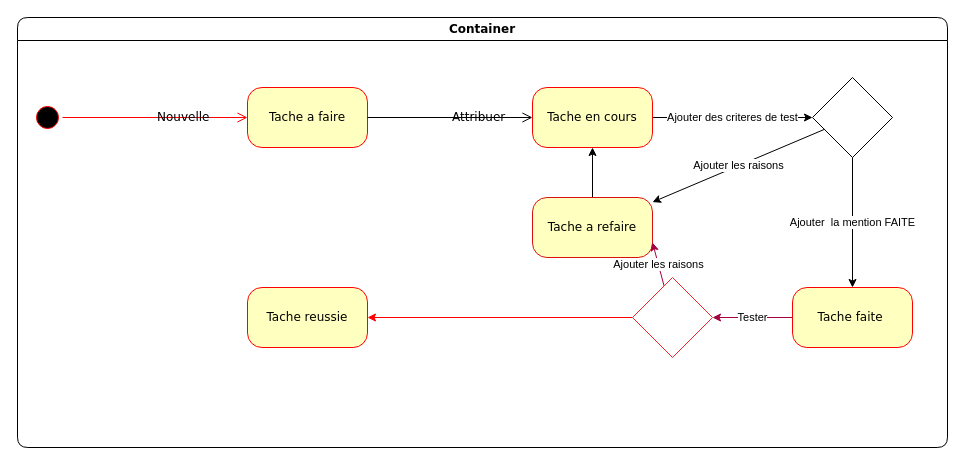
Above: Diagramme sans nom.drawio in arseneRuben/C_Sharp (draw.io), before the change. Source tidied: cells renumbered, new cells numbered last; positions are measured from the earlier drawing's top-left corner, leaving out a move shared by most shapes. Both pictures are drawn from the tidied source at 100%, with x=0, y=0 at pixel (17, 17).
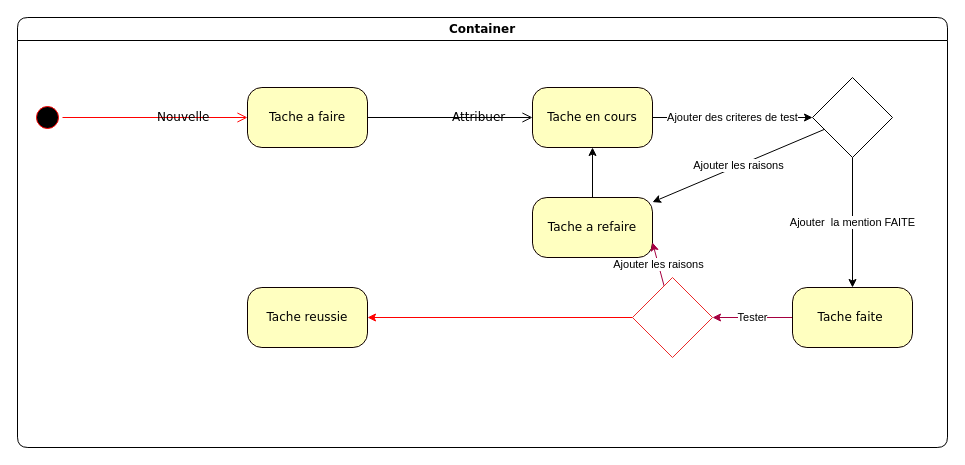
The same diagram, later.

Commit message (it also covers changes not shown here):
Mettre à jour Diagramme sans nom.drawio

Diff of the diagram source:
```diff
@@
 <mxGraphModel>
   <root>
     <mxCell id="0" />
     <mxCell id="1" parent="0" />
-    <mxCell id="2" value="Tache a faire" style="rounded=1;whiteSpace=wrap;html=1;arcSize=24;fillColor=#ffffc0;strokeColor=#ff0000;shadow=0;comic=0;labelBackgroundColor=none;fontFamily=Verdana;fontSize=12;fontColor=#000000;align=center;" parent="1" vertex="1">
+    <mxCell id="2" value="Tache a faire" style="rounded=1;whiteSpace=wrap;html=1;arcSize=24;fillColor=#ffffc0;strokeColor=#0f0000;shadow=0;comic=0;labelBackgroundColor=none;fontFamily=Verdana;fontSize=12;fontColor=#000000;align=center;" parent="1" vertex="1">
       <mxGeometry x="230" y="70" width="120" height="60" as="geometry" />
     </mxCell>
     <mxCell id="3" value="Container" style="swimlane;whiteSpace=wrap;html=1;rounded=1;shadow=0;comic=0;labelBackgroundColor=none;strokeWidth=1;fontFamily=Verdana;fontSize=12;align=center;" parent="1" vertex="1">
       <mxGeometry width="930" height="430" as="geometry" />
     </mxCell>
     <mxCell id="4" style="ellipse;html=1;shape=startState;fillColor=#000000;strokeColor=#ff0000;rounded=1;shadow=0;comic=0;labelBackgroundColor=none;fontFamily=Verdana;fontSize=12;fontColor=#000000;align=center;direction=south;" parent="3" vertex="1">
       <mxGeometry x="15" y="85" width="30" height="30" as="geometry" />
     </mxCell>
     <mxCell id="5" value="Ajouter des criteres de test" style="rounded=0;jettySize=auto;html=1;" parent="3" edge="1" source="6" target="7">
       <mxGeometry relative="1" as="geometry" />
     </mxCell>
-    <mxCell id="6" value="Tache en cours" style="rounded=1;whiteSpace=wrap;html=1;arcSize=24;fillColor=#ffffc0;strokeColor=#ff0000;shadow=0;comic=0;labelBackgroundColor=none;fontFamily=Verdana;fontSize=12;fontColor=#000000;align=center;" parent="3" vertex="1">
+    <mxCell id="6" value="Tache en cours" style="rounded=1;whiteSpace=wrap;html=1;arcSize=24;fillColor=#ffffc0;strokeColor=#0f0000;shadow=0;comic=0;labelBackgroundColor=none;fontFamily=Verdana;fontSize=12;fontColor=#000000;align=center;" parent="3" vertex="1">
       <mxGeometry x="515" y="70" width="120" height="60" as="geometry" />
     </mxCell>
     <mxCell id="7" style="rhombus;whiteSpace=wrap;html=1;" parent="3" vertex="1">
       <mxGeometry x="795" y="60" width="80" height="80" as="geometry" />
     </mxCell>
     <mxCell id="8" style="rounded=0;jettySize=auto;html=1;" parent="3" edge="1" source="9" target="6">
       <mxGeometry relative="1" as="geometry" />
     </mxCell>
-    <mxCell id="9" value="Tache a refaire" style="rounded=1;whiteSpace=wrap;html=1;arcSize=24;fillColor=#ffffc0;strokeColor=#da1010;shadow=0;comic=0;labelBackgroundColor=none;fontFamily=Verdana;fontSize=12;fontColor=#000000;align=center;" parent="3" vertex="1">
+    <mxCell id="9" value="Tache a refaire" style="rounded=1;whiteSpace=wrap;html=1;arcSize=24;fillColor=#ffffc0;strokeColor=#0f0000;shadow=0;comic=0;labelBackgroundColor=none;fontFamily=Verdana;fontSize=12;fontColor=#000000;align=center;" parent="3" vertex="1">
       <mxGeometry x="515" y="180" width="120" height="60" as="geometry" />
     </mxCell>
     <mxCell id="10" value="Ajouter les raisons" style="rounded=0;jettySize=auto;html=1;" parent="3" edge="1" source="7" target="9">
       <mxGeometry relative="1" as="geometry" />
     </mxCell>
     <mxCell id="11" value="Tester" style="edgeStyle=orthogonalEdgeStyle;rounded=0;jettySize=auto;html=1;fillColor=#d80073;strokeColor=#A50040;" parent="3" edge="1" source="12" target="16">
       <mxGeometry relative="1" as="geometry" />
     </mxCell>
-    <mxCell id="12" value="Tache faite&amp;nbsp;" style="rounded=1;whiteSpace=wrap;html=1;arcSize=24;fillColor=#ffffc0;strokeColor=#ff0000;shadow=0;comic=0;labelBackgroundColor=none;fontFamily=Verdana;fontSize=12;fontColor=#000000;align=center;" parent="3" vertex="1">
+    <mxCell id="12" value="Tache faite&amp;nbsp;" style="rounded=1;whiteSpace=wrap;html=1;arcSize=24;fillColor=#ffffc0;strokeColor=#0f0000;shadow=0;comic=0;labelBackgroundColor=none;fontFamily=Verdana;fontSize=12;fontColor=#000000;align=center;" parent="3" vertex="1">
       <mxGeometry x="775" y="270" width="120" height="60" as="geometry" />
     </mxCell>
     <mxCell id="13" value="Ajouter&amp;nbsp; la mention FAITE" style="rounded=0;jettySize=auto;html=1;" parent="3" edge="1" source="7" target="12">
       <mxGeometry relative="1" as="geometry" />
     </mxCell>
     <mxCell id="14" value="Ajouter les raisons" style="rounded=0;jettySize=auto;html=1;entryX=1;entryY=0.75;entryDx=0;entryDy=0;fillColor=#d80073;strokeColor=#A50040;" parent="3" edge="1" source="16" target="9">
       <mxGeometry relative="1" as="geometry" />
     </mxCell>
     <mxCell id="15" style="rounded=0;jettySize=auto;html=1;entryX=1;entryY=0.5;entryDx=0;entryDy=0;fillColor=#a20025;strokeColor=#FF0000;" parent="3" edge="1" source="16" target="17">
       <mxGeometry relative="1" as="geometry" />
     </mxCell>
     <mxCell id="16" style="rhombus;whiteSpace=wrap;html=1;strokeColor=#ea2a2a;" parent="3" vertex="1">
       <mxGeometry x="615" y="260" width="80" height="80" as="geometry" />
     </mxCell>
-    <mxCell id="17" value="Tache reussie" style="rounded=1;whiteSpace=wrap;html=1;arcSize=24;fillColor=#ffffc0;strokeColor=#ff0000;shadow=0;comic=0;labelBackgroundColor=none;fontFamily=Verdana;fontSize=12;fontColor=#000000;align=center;" parent="3" vertex="1">
+    <mxCell id="17" value="Tache reussie" style="rounded=1;whiteSpace=wrap;html=1;arcSize=24;fillColor=#ffffc0;strokeColor=#0f0000;shadow=0;comic=0;labelBackgroundColor=none;fontFamily=Verdana;fontSize=12;fontColor=#000000;align=center;" parent="3" vertex="1">
       <mxGeometry x="230" y="270" width="120" height="60" as="geometry" />
     </mxCell>
     <mxCell id="18" value="Nouvelle" style="edgeStyle=orthogonalEdgeStyle;html=1;labelBackgroundColor=none;endArrow=open;endSize=8;strokeColor=#ff0000;fontFamily=Verdana;fontSize=12;align=left;" parent="1" edge="1" source="4" target="2">
       <mxGeometry relative="1" as="geometry" />
     </mxCell>
     <mxCell id="19" value="Attribuer" style="html=1;labelBackgroundColor=none;endArrow=open;endSize=8;strokeColor=#000000;fontFamily=Verdana;fontSize=12;align=left;entryX=0;entryY=0.5;" parent="1" edge="1" source="2" target="6">
       <mxGeometry relative="1" as="geometry" />
     </mxCell>
   </root>
 </mxGraphModel>
```
